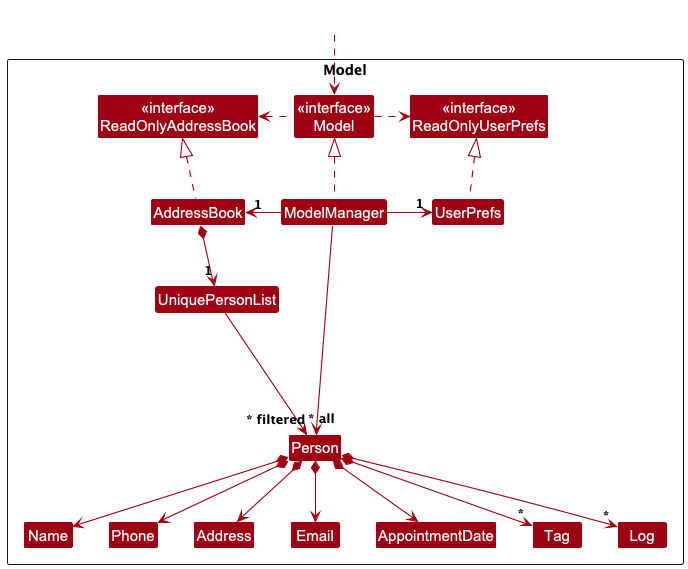
The PlantUML diagram docs/images/ModelClassDiagram.png in nus-cs2103-AY2425S1/tp, before a commit.
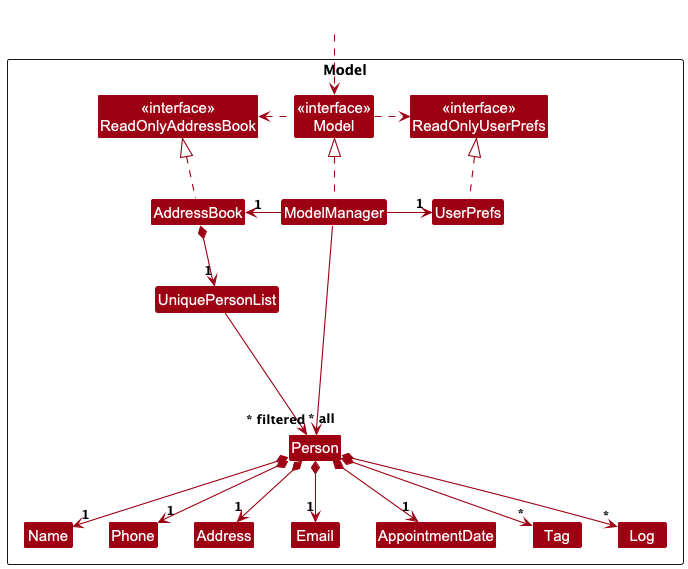
The same file after the commit.

The edit, as a diff of the source:
```diff
@@ -39,11 +39,11 @@
 
 AddressBook *--> "1" UniquePersonList
 UniquePersonList --> "~* all" Person
-Person *--> Name
-Person *--> Phone
-Person *--> Email
-Person *--> Address
-Person *--> AppointmentDate
+Person *--> "1" Name
+Person *--> "1" Phone
+Person *--> "1" Email
+Person *--> "1" Address
+Person *--> "1" AppointmentDate
 Person *--> "*" Tag
 Person *--> "*" Log
 
```
